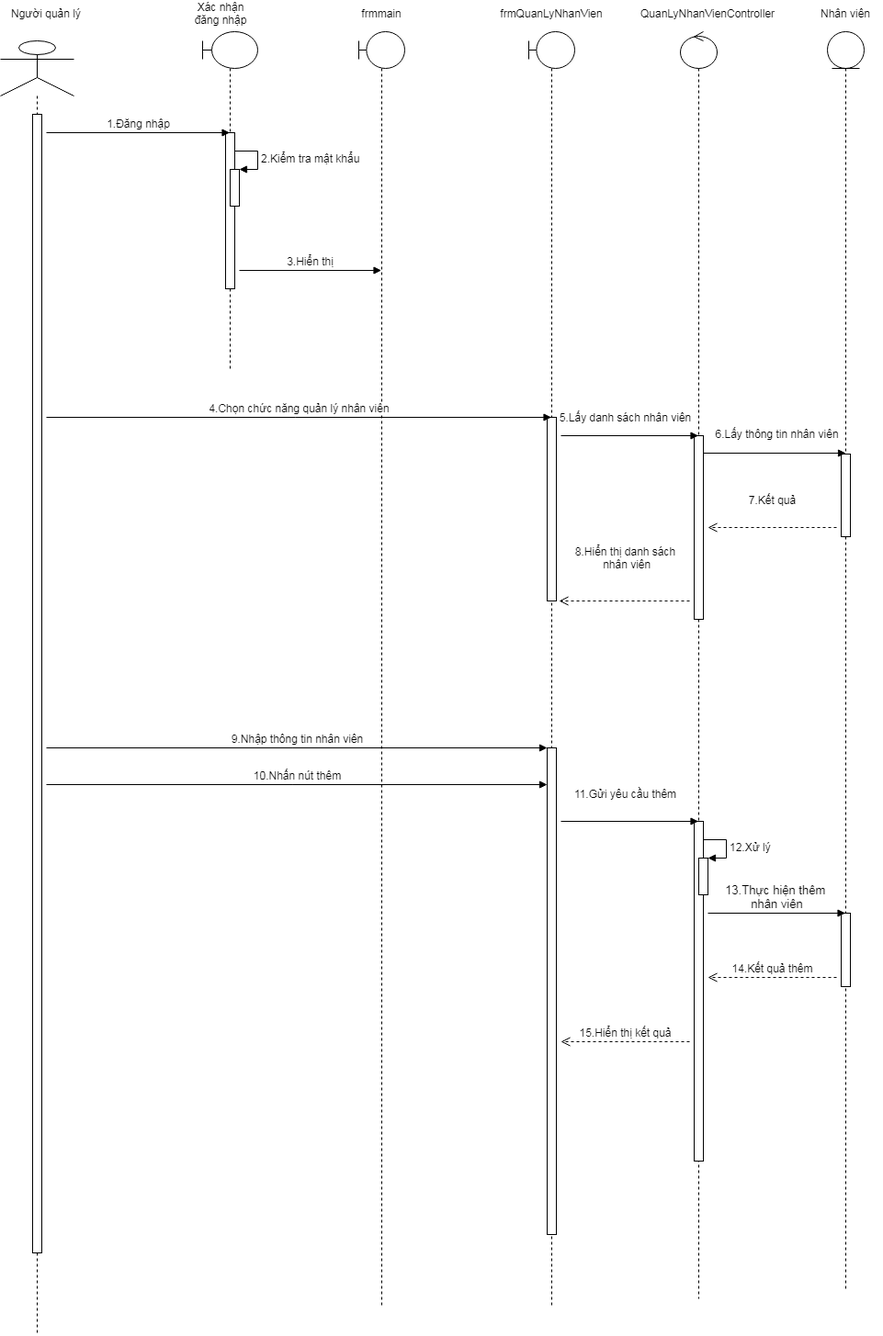
The draw.io diagram Phan_Tich_Thiet_Ke/Diagram/Sequence_Diagram/Sequence_Diagram_QuanLyNhanVien_ThemNhanVien.png in KNhaa/DoAnCNPM, before a commit. Source tidied: cells renumbered, new cells last; positions are measured from the earlier drawing's top-left corner, leaving out a move shared by most shapes.
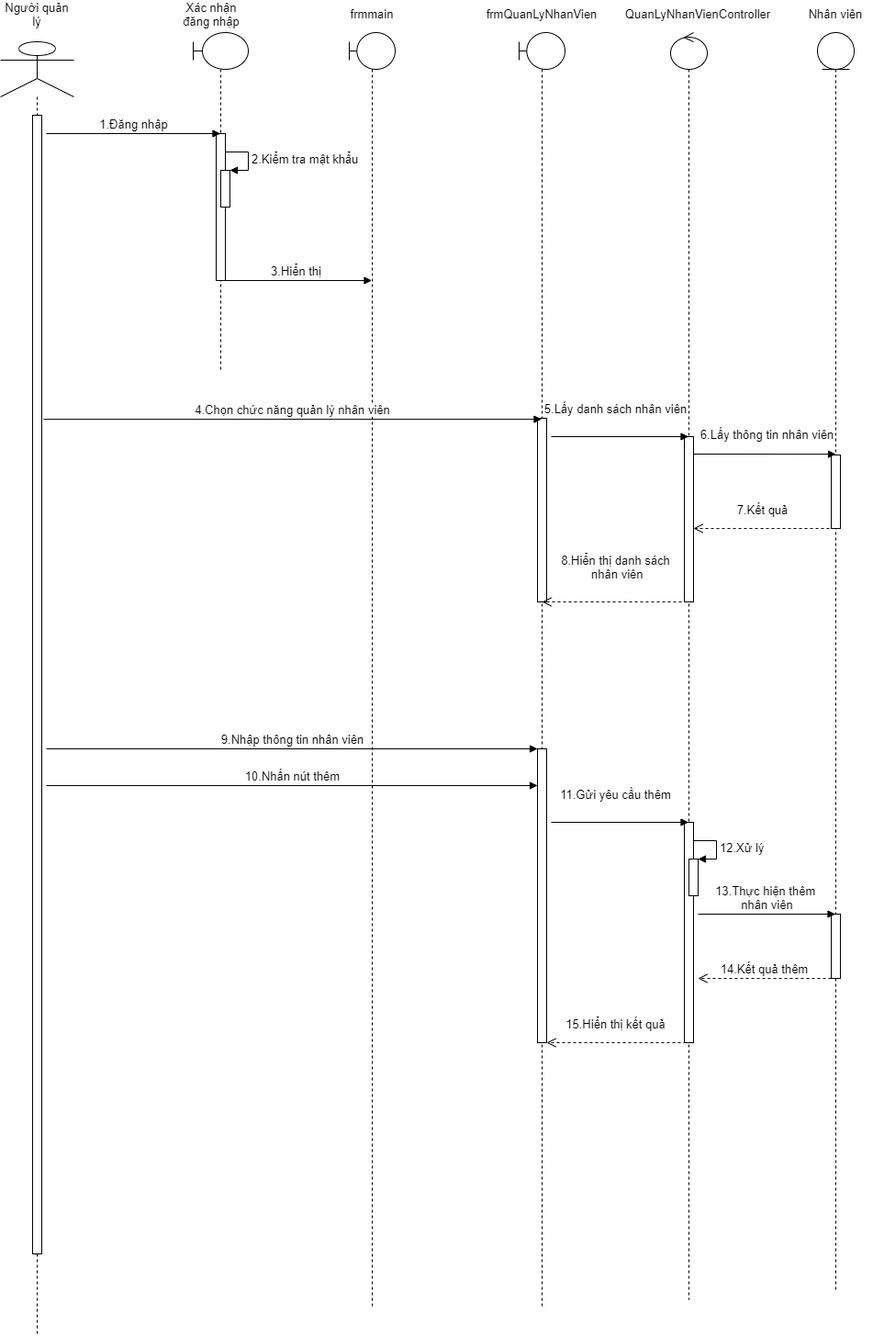
The same diagram one commit later.

Diff of the diagram source:
```diff
@@ -3,7 +3,7 @@
     <mxCell id="0" />
     <mxCell id="1" parent="0" />
     <mxCell id="2" style="shape=umlLifeline;participant=umlActor;perimeter=lifelinePerimeter;whiteSpace=wrap;html=1;verticalAlign=top;spacingTop=36;size=60;" parent="1" vertex="1">
-      <mxGeometry y="40" width="80" height="1410" as="geometry" />
+      <mxGeometry x="10" y="40" width="80" height="1410" as="geometry" />
     </mxCell>
     <mxCell id="3" style="html=1;points=[];perimeter=orthogonalPerimeter;" parent="2" vertex="1">
       <mxGeometry x="35" y="80" width="10" height="1240" as="geometry" />
@@ -12,12 +12,12 @@
       <mxGeometry x="220" y="30" width="60" height="370" as="geometry" />
     </mxCell>
     <mxCell id="5" style="html=1;perimeter=orthogonalPerimeter;" parent="4" vertex="1">
-      <mxGeometry x="25" y="110" width="10" height="170" as="geometry" />
+      <mxGeometry x="25" y="110" width="10" height="160" as="geometry" />
     </mxCell>
     <mxCell id="6" style="html=1;points=[];perimeter=orthogonalPerimeter;" parent="4" vertex="1">
       <mxGeometry x="30" y="150" width="10" height="40" as="geometry" />
     </mxCell>
-    <mxCell id="7" value="&lt;font style=&quot;font-size: 12px&quot;&gt;2.Kiểm tra mật khẩu&lt;/font&gt;" style="edgeStyle=orthogonalEdgeStyle;html=1;align=left;spacingLeft=2;endArrow=block;rounded=0;entryX=1;entryY=0;" parent="4" edge="1" target="6">
+    <mxCell id="7" value="&lt;font style=&quot;font-size: 13px&quot;&gt;2.Kiểm tra mật khẩu&lt;/font&gt;" style="edgeStyle=orthogonalEdgeStyle;html=1;align=left;spacingLeft=2;endArrow=block;rounded=0;entryX=1;entryY=0;" parent="4" edge="1" target="6">
       <mxGeometry relative="1" as="geometry">
         <mxPoint x="35" y="130" as="sourcePoint" />
         <Array as="points">
@@ -25,6 +25,11 @@
         </Array>
       </mxGeometry>
     </mxCell>
+    <mxCell id="27" value="&lt;font style=&quot;font-size: 13px&quot;&gt;3.Hiển thị&lt;/font&gt;" style="html=1;verticalAlign=bottom;endArrow=block;" parent="4" edge="1" target="8">
+      <mxGeometry relative="1" as="geometry">
+        <mxPoint x="30" y="270" as="sourcePoint" />
+      </mxGeometry>
+    </mxCell>
     <mxCell id="8" style="shape=umlLifeline;participant=umlBoundary;perimeter=lifelinePerimeter;whiteSpace=wrap;html=1;verticalAlign=top;spacingTop=36;outlineConnect=0;" parent="1" vertex="1">
       <mxGeometry x="390" y="30" width="50" height="1390" as="geometry" />
     </mxCell>
@@ -32,24 +37,24 @@
       <mxGeometry x="900" y="30" width="40" height="1370" as="geometry" />
     </mxCell>
     <mxCell id="10" style="html=1;points=[];perimeter=orthogonalPerimeter;" parent="9" vertex="1">
-      <mxGeometry x="15" y="460" width="10" height="90" as="geometry" />
+      <mxGeometry x="15" y="460" width="10" height="80" as="geometry" />
     </mxCell>
     <mxCell id="11" style="html=1;points=[];perimeter=orthogonalPerimeter;" parent="9" vertex="1">
-      <mxGeometry x="15" y="960" width="10" height="80" as="geometry" />
+      <mxGeometry x="15" y="960" width="10" height="70" as="geometry" />
     </mxCell>
     <mxCell id="12" style="shape=umlLifeline;participant=umlControl;perimeter=lifelinePerimeter;whiteSpace=wrap;html=1;verticalAlign=top;spacingTop=36;outlineConnect=0;" parent="1" vertex="1">
       <mxGeometry x="740" y="30" width="40" height="1380" as="geometry" />
     </mxCell>
     <mxCell id="13" style="html=1;points=[];perimeter=orthogonalPerimeter;" parent="12" vertex="1">
-      <mxGeometry x="15" y="440" width="10" height="200" as="geometry" />
+      <mxGeometry x="15" y="440" width="10" height="180" as="geometry" />
     </mxCell>
     <mxCell id="14" style="html=1;points=[];perimeter=orthogonalPerimeter;" parent="12" vertex="1">
-      <mxGeometry x="15" y="860" width="10" height="370" as="geometry" />
+      <mxGeometry x="15" y="860" width="10" height="240" as="geometry" />
     </mxCell>
     <mxCell id="15" style="html=1;points=[];perimeter=orthogonalPerimeter;" parent="12" vertex="1">
       <mxGeometry x="20" y="900" width="10" height="40" as="geometry" />
     </mxCell>
-    <mxCell id="16" value="&lt;font style=&quot;font-size: 12px&quot;&gt;12.Xử lý&lt;/font&gt;" style="edgeStyle=orthogonalEdgeStyle;html=1;align=left;spacingLeft=2;endArrow=block;rounded=0;entryX=1;entryY=0;" parent="12" edge="1" target="15">
+    <mxCell id="16" value="&lt;font style=&quot;font-size: 13px&quot;&gt;12.Xử lý&lt;/font&gt;" style="edgeStyle=orthogonalEdgeStyle;html=1;align=left;spacingLeft=2;endArrow=block;rounded=0;entryX=1;entryY=0;" parent="12" edge="1" target="15">
       <mxGeometry relative="1" as="geometry">
         <mxPoint x="25" y="880" as="sourcePoint" />
         <Array as="points">
@@ -57,19 +62,19 @@
         </Array>
       </mxGeometry>
     </mxCell>
-    <mxCell id="17" value="Người quản lý" style="text;html=1;strokeColor=none;fillColor=none;align=center;verticalAlign=middle;whiteSpace=wrap;rounded=0;" parent="1" vertex="1">
+    <mxCell id="17" value="&lt;font style=&quot;font-size: 13px&quot;&gt;Người quản lý&lt;/font&gt;" style="text;html=1;strokeColor=none;fillColor=none;align=center;verticalAlign=middle;whiteSpace=wrap;rounded=0;" parent="1" vertex="1">
       <mxGeometry x="10" width="80" height="20" as="geometry" />
     </mxCell>
-    <mxCell id="18" value="Xác nhận đăng nhập" style="text;html=1;strokeColor=none;fillColor=none;align=center;verticalAlign=middle;whiteSpace=wrap;rounded=0;" parent="1" vertex="1">
+    <mxCell id="18" value="&lt;font style=&quot;font-size: 13px&quot;&gt;Xác nhận đăng nhập&lt;/font&gt;" style="text;html=1;strokeColor=none;fillColor=none;align=center;verticalAlign=middle;whiteSpace=wrap;rounded=0;" parent="1" vertex="1">
       <mxGeometry x="200" width="80" height="20" as="geometry" />
     </mxCell>
-    <mxCell id="19" value="frmmain" style="text;html=1;strokeColor=none;fillColor=none;align=center;verticalAlign=middle;whiteSpace=wrap;rounded=0;" parent="1" vertex="1">
+    <mxCell id="19" value="&lt;font style=&quot;font-size: 13px&quot;&gt;frmmain&lt;/font&gt;" style="text;html=1;strokeColor=none;fillColor=none;align=center;verticalAlign=middle;whiteSpace=wrap;rounded=0;" parent="1" vertex="1">
       <mxGeometry x="375" width="80" height="20" as="geometry" />
     </mxCell>
-    <mxCell id="20" value="frmQuanLyNhanVien" style="text;html=1;strokeColor=none;fillColor=none;align=center;verticalAlign=middle;whiteSpace=wrap;rounded=0;" parent="1" vertex="1">
+    <mxCell id="20" value="&lt;font style=&quot;font-size: 13px&quot;&gt;frmQuanLyNhanVien&lt;/font&gt;" style="text;html=1;strokeColor=none;fillColor=none;align=center;verticalAlign=middle;whiteSpace=wrap;rounded=0;" parent="1" vertex="1">
       <mxGeometry x="560" width="80" height="20" as="geometry" />
     </mxCell>
-    <mxCell id="21" value="Nhân viên" style="text;html=1;strokeColor=none;fillColor=none;align=center;verticalAlign=middle;whiteSpace=wrap;rounded=0;" parent="1" vertex="1">
+    <mxCell id="21" value="&lt;font style=&quot;font-size: 13px&quot;&gt;Nhân viên&lt;/font&gt;" style="text;html=1;strokeColor=none;fillColor=none;align=center;verticalAlign=middle;whiteSpace=wrap;rounded=0;" parent="1" vertex="1">
       <mxGeometry x="880" width="80" height="20" as="geometry" />
     </mxCell>
     <mxCell id="22" style="shape=umlLifeline;participant=umlBoundary;perimeter=lifelinePerimeter;whiteSpace=wrap;html=1;verticalAlign=top;spacingTop=36;outlineConnect=0;" parent="1" vertex="1">
@@ -79,59 +84,49 @@
       <mxGeometry x="20" y="420" width="10" height="200" as="geometry" />
     </mxCell>
     <mxCell id="24" style="html=1;points=[];perimeter=orthogonalPerimeter;" parent="22" vertex="1">
-      <mxGeometry x="20" y="780" width="10" height="530" as="geometry" />
+      <mxGeometry x="20" y="780" width="10" height="320" as="geometry" />
     </mxCell>
+    <mxCell id="29" value="&lt;font style=&quot;font-size: 13px&quot;&gt;5.Lấy danh sách nhân viên&lt;/font&gt;" style="html=1;verticalAlign=bottom;endArrow=block;" parent="22" edge="1" target="12">
+      <mxGeometry x="-0.06" y="20" relative="1" as="geometry">
+        <mxPoint x="35" y="440" as="sourcePoint" />
+      </mxGeometry>
+    </mxCell>
-    <mxCell id="25" value="QuanLyNhanVienController" style="text;html=1;strokeColor=none;fillColor=none;align=center;verticalAlign=middle;whiteSpace=wrap;rounded=0;" parent="1" vertex="1">
+    <mxCell id="25" value="&lt;font style=&quot;font-size: 13px&quot;&gt;QuanLyNhanVienController&lt;/font&gt;" style="text;html=1;strokeColor=none;fillColor=none;align=center;verticalAlign=middle;whiteSpace=wrap;rounded=0;" parent="1" vertex="1">
       <mxGeometry x="730" width="80" height="20" as="geometry" />
     </mxCell>
-    <mxCell id="26" value="&lt;font style=&quot;font-size: 12px&quot;&gt;1.Đăng nhập&lt;/font&gt;" style="html=1;verticalAlign=bottom;endArrow=block;" parent="1" edge="1" target="4">
+    <mxCell id="26" value="&lt;font style=&quot;font-size: 13px&quot;&gt;1.Đăng nhập&lt;/font&gt;" style="html=1;verticalAlign=bottom;endArrow=block;" parent="1" edge="1" target="4">
       <mxGeometry relative="1" as="geometry">
-        <mxPoint x="50" y="140" as="sourcePoint" />
+        <mxPoint x="60" y="140" as="sourcePoint" />
       </mxGeometry>
     </mxCell>
-    <mxCell id="27" value="&lt;font style=&quot;font-size: 12px&quot;&gt;3.Hiển thị&lt;/font&gt;" style="html=1;verticalAlign=bottom;endArrow=block;" parent="1" edge="1" target="8">
-      <mxGeometry relative="1" as="geometry">
-        <mxPoint x="260" y="290" as="sourcePoint" />
-      </mxGeometry>
-    </mxCell>
-    <mxCell id="28" value="&lt;font style=&quot;font-size: 12px&quot;&gt;4.Chọn chức năng quản lý nhân viên&lt;/font&gt;" style="html=1;verticalAlign=bottom;endArrow=block;" parent="1" edge="1" target="22">
-      <mxGeometry relative="1" as="geometry">
-        <mxPoint x="50" y="450" as="sourcePoint" />
-      </mxGeometry>
+    <mxCell id="28" value="&lt;font style=&quot;font-size: 13px&quot;&gt;4.Chọn chức năng quản lý nhân viên&lt;/font&gt;" style="html=1;verticalAlign=bottom;endArrow=block;exitX=1.2;exitY=0.267;exitDx=0;exitDy=0;exitPerimeter=0;" parent="1" edge="1" source="3" target="22">
+      <mxGeometry relative="1" as="geometry" />
     </mxCell>
-    <mxCell id="29" value="&lt;font style=&quot;font-size: 12px&quot;&gt;5.Lấy danh sách nhân viên&lt;/font&gt;" style="html=1;verticalAlign=bottom;endArrow=block;" parent="1" edge="1" target="12">
-      <mxGeometry x="-0.06" y="10" relative="1" as="geometry">
-        <mxPoint x="610" y="470" as="sourcePoint" />
-      </mxGeometry>
-    </mxCell>
-    <mxCell id="30" value="&lt;font style=&quot;font-size: 12px&quot;&gt;6.Lấy thông tin nhân viên&lt;/font&gt;" style="html=1;verticalAlign=bottom;endArrow=block;entryX=0.5;entryY=-0.011;entryDx=0;entryDy=0;entryPerimeter=0;" parent="1" edge="1" target="10">
+    <mxCell id="30" value="&lt;font style=&quot;font-size: 13px&quot;&gt;6.Lấy thông tin nhân viên&lt;/font&gt;" style="html=1;verticalAlign=bottom;endArrow=block;entryX=0.5;entryY=-0.011;entryDx=0;entryDy=0;entryPerimeter=0;" parent="1" edge="1" target="10">
       <mxGeometry x="0.04" y="11" relative="1" as="geometry">
         <mxPoint x="765" y="489" as="sourcePoint" />
       </mxGeometry>
     </mxCell>
-    <mxCell id="31" value="&lt;font style=&quot;font-size: 12px&quot;&gt;7.Kết quả&lt;/font&gt;" style="html=1;verticalAlign=bottom;endArrow=open;dashed=1;endSize=8;" parent="1" edge="1">
-      <mxGeometry y="-20" relative="1" as="geometry">
-        <mxPoint x="910" y="570" as="sourcePoint" />
-        <mxPoint x="770" y="570" as="targetPoint" />
-      </mxGeometry>
+    <mxCell id="31" value="&lt;font style=&quot;font-size: 13px&quot;&gt;7.Kết quả&lt;/font&gt;" style="html=1;verticalAlign=bottom;endArrow=open;dashed=1;endSize=8;exitX=-0.2;exitY=1;exitDx=0;exitDy=0;exitPerimeter=0;" parent="1" edge="1" source="10" target="13">
+      <mxGeometry x="-0.01" y="-10" relative="1" as="geometry" />
     </mxCell>
-    <mxCell id="32" value="&lt;font style=&quot;font-size: 12px&quot;&gt;8.Hiển thị danh sách&lt;br&gt;&lt;font style=&quot;font-size: 12px&quot;&gt;&amp;nbsp;nhân viên&lt;/font&gt;&lt;/font&gt;" style="html=1;verticalAlign=bottom;endArrow=open;dashed=1;endSize=8;entryX=1.3;entryY=1;entryDx=0;entryDy=0;entryPerimeter=0;" parent="1" edge="1" target="23">
-      <mxGeometry x="-0.01" y="-30" relative="1" as="geometry">
-        <mxPoint x="750" y="650" as="sourcePoint" />
+    <mxCell id="32" value="&lt;font style=&quot;font-size: 13px&quot;&gt;8.Hiển thị danh sách&lt;br&gt;&lt;font style=&quot;font-size: 13px&quot;&gt;&amp;nbsp;nhân viên&lt;/font&gt;&lt;/font&gt;" style="html=1;verticalAlign=bottom;endArrow=open;dashed=1;endSize=8;exitX=0.3;exitY=1;exitDx=0;exitDy=0;exitPerimeter=0;" parent="1" edge="1" source="13">
+      <mxGeometry x="-0.01" y="-20" relative="1" as="geometry">
+        <mxPoint x="600" y="650" as="targetPoint" />
       </mxGeometry>
     </mxCell>
-    <mxCell id="33" value="&lt;span style=&quot;font-size: 12px&quot;&gt;9.Nhập thông tin nhân viên&lt;/span&gt;" style="html=1;verticalAlign=bottom;endArrow=block;" parent="1" edge="1" target="24">
+    <mxCell id="33" value="&lt;font style=&quot;font-size: 13px&quot;&gt;9.Nhập thông tin nhân viên&lt;/font&gt;" style="html=1;verticalAlign=bottom;endArrow=block;" parent="1" edge="1" target="24">
       <mxGeometry relative="1" as="geometry">
-        <mxPoint x="50" y="810" as="sourcePoint" />
+        <mxPoint x="60" y="810" as="sourcePoint" />
       </mxGeometry>
     </mxCell>
-    <mxCell id="34" value="&lt;span style=&quot;font-size: 12px&quot;&gt;10.Nhấn nút thêm&lt;/span&gt;" style="html=1;verticalAlign=bottom;endArrow=block;" parent="1" edge="1">
+    <mxCell id="34" value="&lt;font style=&quot;font-size: 13px&quot;&gt;10.Nhấn nút thêm&lt;/font&gt;" style="html=1;verticalAlign=bottom;endArrow=block;" parent="1" edge="1">
       <mxGeometry relative="1" as="geometry">
-        <mxPoint x="50" y="850" as="sourcePoint" />
+        <mxPoint x="60" y="850" as="sourcePoint" />
         <mxPoint x="595" y="850" as="targetPoint" />
       </mxGeometry>
     </mxCell>
-    <mxCell id="35" value="&lt;font style=&quot;font-size: 12px&quot;&gt;11.Gửi yêu cầu thêm&lt;/font&gt;" style="html=1;verticalAlign=bottom;endArrow=block;" parent="1" edge="1" target="12">
+    <mxCell id="35" value="&lt;font style=&quot;font-size: 13px&quot;&gt;11.Gửi yêu cầu thêm&lt;/font&gt;" style="html=1;verticalAlign=bottom;endArrow=block;" parent="1" edge="1" target="12">
       <mxGeometry x="-0.06" y="20" relative="1" as="geometry">
         <mxPoint x="610" y="890" as="sourcePoint" />
       </mxGeometry>
@@ -141,21 +136,13 @@
         <mxPoint x="770" y="990" as="sourcePoint" />
       </mxGeometry>
     </mxCell>
-    <mxCell id="37" value="&lt;font style=&quot;font-size: 12px&quot;&gt;14.Kết quả thêm&lt;/font&gt;" style="html=1;verticalAlign=bottom;endArrow=open;dashed=1;endSize=8;" parent="1" edge="1">
+    <mxCell id="37" value="&lt;font style=&quot;font-size: 13px&quot;&gt;14.Kết quả thêm&lt;/font&gt;" style="html=1;verticalAlign=bottom;endArrow=open;dashed=1;endSize=8;" parent="1" edge="1" source="11">
       <mxGeometry relative="1" as="geometry">
-        <mxPoint x="910" y="1060" as="sourcePoint" />
         <mxPoint x="770" y="1060" as="targetPoint" />
       </mxGeometry>
     </mxCell>
-    <mxCell id="38" value="&lt;font style=&quot;font-size: 12px&quot;&gt;15.Hiển thị kết quả&lt;/font&gt;" style="html=1;verticalAlign=bottom;endArrow=open;dashed=1;endSize=8;" parent="1" edge="1">
-      <mxGeometry relative="1" as="geometry">
-        <mxPoint x="750" y="1130" as="sourcePoint" />
-        <mxPoint x="610" y="1130" as="targetPoint" />
-        <Array as="points">
-          <mxPoint x="750" y="1130" />
-          <mxPoint x="670" y="1130" />
-        </Array>
-      </mxGeometry>
+    <mxCell id="38" value="&lt;font style=&quot;font-size: 13px&quot;&gt;15.Hiển thị kết quả&lt;/font&gt;" style="html=1;verticalAlign=bottom;endArrow=open;dashed=1;endSize=8;exitX=0.2;exitY=1;exitDx=0;exitDy=0;exitPerimeter=0;" parent="1" edge="1" source="14" target="24">
+      <mxGeometry x="0.01" y="-10" relative="1" as="geometry" />
     </mxCell>
   </root>
 </mxGraphModel>
```
